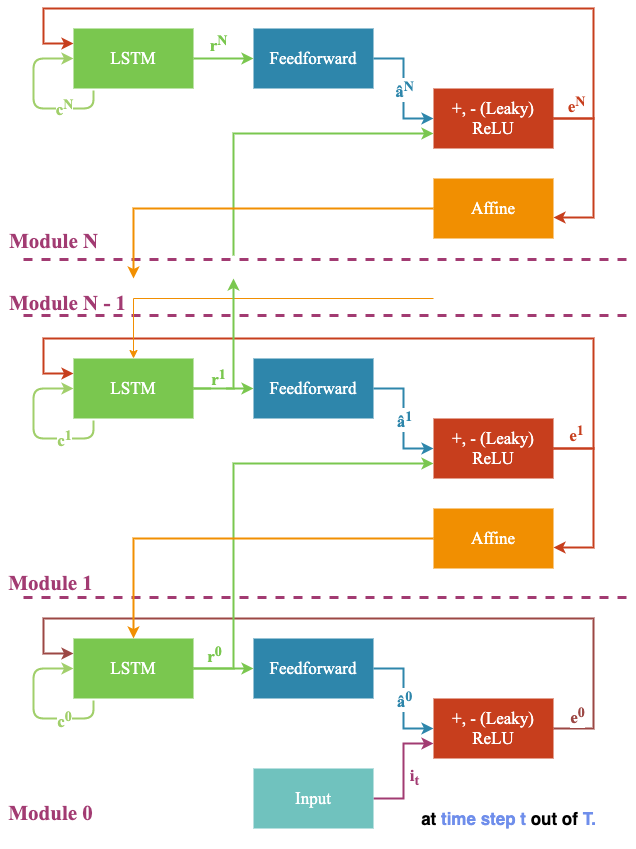
This is graphics/PrecNetLM Architecture.png from BBBBlarry/PreCNetLM, a draw.io export, as it was before one commit. Source tidied: cells renumbered, new cells last; positions are measured from the earlier drawing's top-left corner, leaving out a move shared by most shapes.
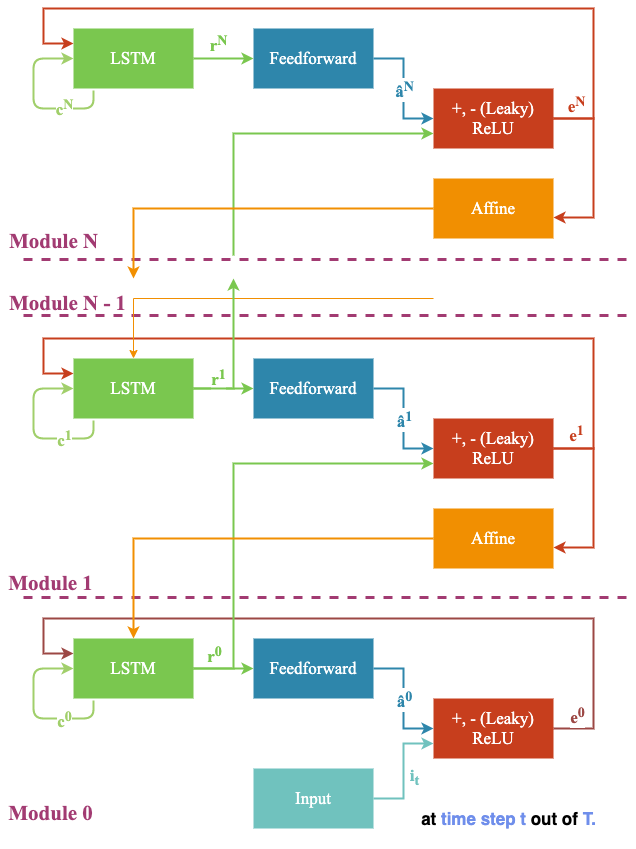
After the change.

Diff of the diagram source:
```diff
@@ -206,10 +206,10 @@
         <mxPoint x="-7" as="offset" />
       </mxGeometry>
     </mxCell>
-    <mxCell id="44" style="edgeStyle=orthogonalEdgeStyle;rounded=0;jettySize=auto;html=1;entryX=0;entryY=0.75;entryDx=0;entryDy=0;strokeWidth=2;fontFamily=Times New Roman;fontSize=17;fontColor=#000000;fillColor=#e1d5e7;strokeColor=#A23B72;" parent="32" edge="1" source="46" target="39">
+    <mxCell id="44" style="edgeStyle=orthogonalEdgeStyle;rounded=0;jettySize=auto;html=1;entryX=0;entryY=0.75;entryDx=0;entryDy=0;strokeWidth=2;fontFamily=Times New Roman;fontSize=17;fontColor=#000000;fillColor=#e1d5e7;strokeColor=#70C2BE;" parent="32" edge="1" source="46" target="39">
       <mxGeometry relative="1" as="geometry" />
     </mxCell>
-    <mxCell id="45" value="&lt;b&gt;&lt;font color=&quot;#a23b72&quot;&gt;i&lt;sub&gt;t&lt;/sub&gt;&lt;/font&gt;&lt;/b&gt;" style="edgeLabel;html=1;align=center;verticalAlign=middle;fontSize=17;fontFamily=Times New Roman;fontColor=#8A6A99;" parent="44" vertex="1">
+    <mxCell id="45" value="&lt;b&gt;&lt;font color=&quot;#70c2be&quot;&gt;i&lt;sub&gt;t&lt;/sub&gt;&lt;/font&gt;&lt;/b&gt;" style="edgeLabel;html=1;align=center;verticalAlign=middle;fontSize=17;fontFamily=Times New Roman;fontColor=#8A6A99;" parent="44" vertex="1">
       <mxGeometry x="-0.23" relative="1" as="geometry">
         <mxPoint x="10" y="-8.2" as="offset" />
       </mxGeometry>
```
